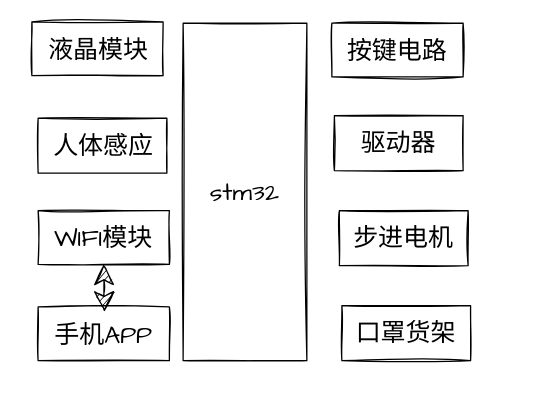
The draw.io diagram 未命名绘图.drawio in overjoyedaccckbuby/-, before the edit. Source tidied: cells renumbered, new cells numbered last; positions are measured from the earlier drawing's top-left corner, leaving out a move shared by most shapes. Both pictures are drawn from the tidied source at 125%, with x=0, y=0 at pixel (31, 21).
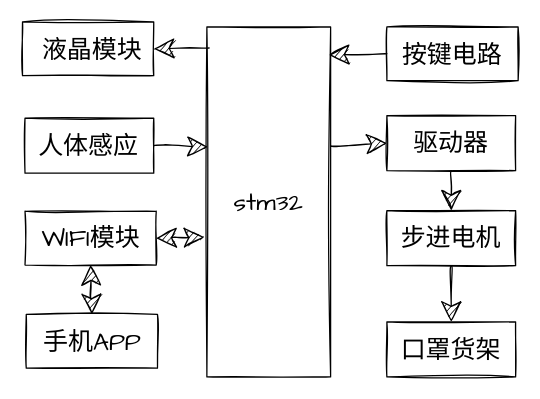
After the change.

Commit message:
硬件方案图.drawio

What changed in the source:
```diff
@@
     <mxCell id="2" style="rounded=0;whiteSpace=wrap;html=1;sketch=1;hachureGap=4;fontFamily=Architects Daughter;fontSize=20;" parent="1" vertex="1">
-      <mxGeometry width="105" height="43" as="geometry" />
+      <mxGeometry x="-7.5" width="105" height="43" as="geometry" />
     </mxCell>
     <mxCell id="3" value="液晶模块" style="text;html=1;align=center;verticalAlign=middle;strokeColor=none;sketch=1;hachureGap=4;fontFamily=Architects Daughter;fontSize=20;" parent="1" vertex="1">
-      <mxGeometry x="7.5" y="8" width="90" height="27" as="geometry" />
+      <mxGeometry x="3" y="8" width="90" height="27" as="geometry" />
     </mxCell>
     <mxCell id="4" style="rounded=0;whiteSpace=wrap;html=1;sketch=1;hachureGap=4;fontFamily=Architects Daughter;fontSize=20;" parent="1" vertex="1">
-      <mxGeometry x="5" y="77" width="103" height="44" as="geometry" />
+      <mxGeometry x="-5.5" y="77" width="103" height="44" as="geometry" />
     </mxCell>
     <mxCell id="5" value="人体感应" style="text;html=1;align=center;verticalAlign=middle;strokeColor=none;sketch=1;hachureGap=4;fontFamily=Architects Daughter;fontSize=20;" parent="1" vertex="1">
-      <mxGeometry x="11.5" y="85.5" width="90" height="27" as="geometry" />
+      <mxGeometry y="85.5" width="90" height="27" as="geometry" />
     </mxCell>
     <mxCell id="6" value="WIFI模块" style="rounded=0;whiteSpace=wrap;html=1;sketch=1;hachureGap=4;fontFamily=Architects Daughter;fontSize=20;" parent="1" vertex="1">
-      <mxGeometry x="5" y="151" width="105" height="43" as="geometry" />
+      <mxGeometry x="-5.5" y="151.5" width="105" height="43" as="geometry" />
     </mxCell>
     <mxCell id="7" value="手机APP" style="rounded=0;whiteSpace=wrap;html=1;sketch=1;hachureGap=4;fontFamily=Architects Daughter;fontSize=20;" parent="1" vertex="1">
-      <mxGeometry x="5" y="228" width="105" height="43" as="geometry" />
+      <mxGeometry x="-4.5" y="234" width="105" height="43" as="geometry" />
     </mxCell>
     <mxCell id="8" value="stm32" style="rounded=0;whiteSpace=wrap;html=1;sketch=1;hachureGap=4;fontFamily=Architects Daughter;fontSize=20;" parent="1" vertex="1">
-      <mxGeometry x="121" y="1" width="99" height="270" as="geometry" />
+      <mxGeometry x="140" y="4" width="99" height="280" as="geometry" />
     </mxCell>
     <mxCell id="9" value="按键电路" style="rounded=0;whiteSpace=wrap;html=1;sketch=1;hachureGap=4;fontFamily=Architects Daughter;fontSize=20;" parent="1" vertex="1">
-      <mxGeometry x="240" y="1" width="105" height="43" as="geometry" />
+      <mxGeometry x="284" y="4" width="105" height="43" as="geometry" />
     </mxCell>
     <mxCell id="10" value="驱动器" style="rounded=0;whiteSpace=wrap;html=1;sketch=1;hachureGap=4;fontFamily=Architects Daughter;fontSize=20;" parent="1" vertex="1">
-      <mxGeometry x="242" y="75" width="103" height="44" as="geometry" />
+      <mxGeometry x="284" y="75" width="103" height="44" as="geometry" />
     </mxCell>
     <mxCell id="11" value="步进电机" style="rounded=0;whiteSpace=wrap;html=1;sketch=1;hachureGap=4;fontFamily=Architects Daughter;fontSize=20;" parent="1" vertex="1">
-      <mxGeometry x="246" y="151" width="103" height="44" as="geometry" />
+      <mxGeometry x="284" y="151" width="103" height="44" as="geometry" />
     </mxCell>
     <mxCell id="12" value="口罩货架" style="rounded=0;whiteSpace=wrap;html=1;sketch=1;hachureGap=4;fontFamily=Architects Daughter;fontSize=20;" parent="1" vertex="1">
-      <mxGeometry x="248" y="227" width="103" height="44" as="geometry" />
+      <mxGeometry x="284" y="240" width="103" height="44" as="geometry" />
     </mxCell>
-    <mxCell id="13" style="endArrow=classic;startArrow=classic;html=1;rounded=0;sketch=1;fontFamily=Architects Daughter;fontSize=20;startSize=14;endSize=14;sourcePerimeterSpacing=8;targetPerimeterSpacing=8;edgeStyle=none;curved=1;entryX=0.5;entryY=1;entryDx=0;entryDy=0;" parent="1" edge="1" target="6">
-      <mxGeometry relative="1" as="geometry">
-        <mxPoint x="58" y="232" as="sourcePoint" />
-      </mxGeometry>
-    </mxCell>
+    <mxCell id="14" style="endArrow=classic;startArrow=classic;html=1;rounded=0;sketch=1;fontFamily=Architects Daughter;fontSize=20;startSize=14;endSize=14;sourcePerimeterSpacing=8;targetPerimeterSpacing=8;edgeStyle=none;curved=1;entryX=0.5;entryY=1;entryDx=0;entryDy=0;exitX=0.5;exitY=0;exitDx=0;exitDy=0;" parent="1" edge="1" source="7" target="6">
+      <mxGeometry relative="1" as="geometry" />
+    </mxCell>
+    <mxCell id="15" style="endArrow=classic;startArrow=classic;html=1;rounded=0;sketch=1;fontFamily=Architects Daughter;fontSize=20;startSize=14;endSize=14;sourcePerimeterSpacing=8;targetPerimeterSpacing=8;edgeStyle=none;curved=1;entryX=-0.02;entryY=0.601;entryDx=0;entryDy=0;entryPerimeter=0;exitX=1;exitY=0.5;exitDx=0;exitDy=0;" parent="1" edge="1" source="6" target="8">
+      <mxGeometry relative="1" as="geometry" />
+    </mxCell>
+    <mxCell id="16" style="endArrow=classic;html=1;rounded=0;sketch=1;fontFamily=Architects Daughter;fontSize=20;startSize=14;endSize=14;sourcePerimeterSpacing=8;targetPerimeterSpacing=8;edgeStyle=none;curved=1;exitX=1;exitY=0.5;exitDx=0;exitDy=0;entryX=0.008;entryY=0.343;entryDx=0;entryDy=0;entryPerimeter=0;" parent="1" edge="1" source="4" target="8">
+      <mxGeometry relative="1" as="geometry" />
+    </mxCell>
+    <mxCell id="17" style="endArrow=classic;html=1;rounded=0;sketch=1;fontFamily=Architects Daughter;fontSize=20;startSize=14;endSize=14;sourcePerimeterSpacing=8;targetPerimeterSpacing=8;edgeStyle=none;curved=1;exitX=1.003;exitY=0.34;exitDx=0;exitDy=0;exitPerimeter=0;entryX=0;entryY=0.5;entryDx=0;entryDy=0;" parent="1" edge="1" source="8" target="10">
+      <mxGeometry relative="1" as="geometry" />
+    </mxCell>
+    <mxCell id="18" style="endArrow=classic;html=1;rounded=0;sketch=1;fontFamily=Architects Daughter;fontSize=20;startSize=14;endSize=14;sourcePerimeterSpacing=8;targetPerimeterSpacing=8;edgeStyle=none;curved=1;exitX=0;exitY=0.5;exitDx=0;exitDy=0;entryX=0.986;entryY=0.08;entryDx=0;entryDy=0;entryPerimeter=0;" parent="1" edge="1" source="9" target="8">
+      <mxGeometry relative="1" as="geometry" />
+    </mxCell>
+    <mxCell id="19" style="endArrow=classic;html=1;rounded=0;sketch=1;fontFamily=Architects Daughter;fontSize=20;startSize=14;endSize=14;sourcePerimeterSpacing=8;targetPerimeterSpacing=8;edgeStyle=none;curved=1;exitX=0.017;exitY=0.06;exitDx=0;exitDy=0;exitPerimeter=0;entryX=1;entryY=0.5;entryDx=0;entryDy=0;" parent="1" edge="1" source="8" target="2">
+      <mxGeometry relative="1" as="geometry" />
+    </mxCell>
+    <mxCell id="20" style="endArrow=classic;html=1;rounded=0;sketch=1;fontFamily=Architects Daughter;fontSize=20;startSize=14;endSize=14;sourcePerimeterSpacing=8;targetPerimeterSpacing=8;edgeStyle=none;curved=1;exitX=0.5;exitY=1;exitDx=0;exitDy=0;entryX=0.5;entryY=0;entryDx=0;entryDy=0;" parent="1" edge="1" source="10" target="11">
+      <mxGeometry relative="1" as="geometry" />
+    </mxCell>
+    <mxCell id="21" style="endArrow=classic;html=1;rounded=0;sketch=1;fontFamily=Architects Daughter;fontSize=20;startSize=14;endSize=14;sourcePerimeterSpacing=8;targetPerimeterSpacing=8;edgeStyle=none;curved=1;exitX=0.5;exitY=1;exitDx=0;exitDy=0;entryX=0.5;entryY=0;entryDx=0;entryDy=0;" parent="1" edge="1" source="11" target="12">
+      <mxGeometry relative="1" as="geometry" />
+    </mxCell>
```
